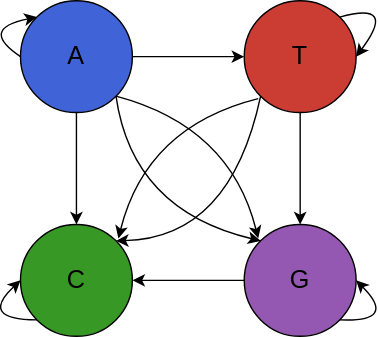
Above: docs/src/assets/nucleotide-markov-chain.drawio.svg in BioJulia/BioMarkovChains.jl (draw.io), before the change. Source tidied: cells renumbered, new cells last; positions are measured from the earlier drawing's top-left corner, leaving out a move shared by most shapes.
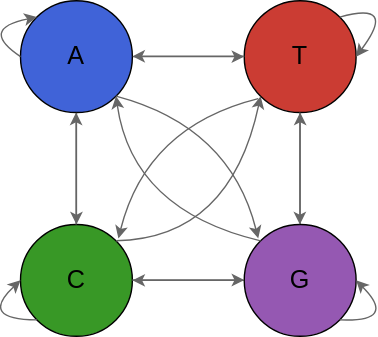
After the change.

Commit message:
update logo arrows and colors

The edit, as a diff of the source:
```diff
@@ -2,10 +2,10 @@
   <root>
     <mxCell id="0" />
     <mxCell id="1" parent="0" />
-    <mxCell id="2" style="edgeStyle=none;html=1;" parent="1" edge="1" source="4" target="5">
+    <mxCell id="2" style="edgeStyle=none;html=1;fillColor=#f5f5f5;strokeColor=#666666;" parent="1" edge="1" source="4" target="5">
       <mxGeometry relative="1" as="geometry" />
     </mxCell>
-    <mxCell id="3" style="edgeStyle=none;html=1;" parent="1" edge="1" source="4" target="7">
+    <mxCell id="3" style="edgeStyle=none;html=1;fillColor=#f5f5f5;strokeColor=#666666;" parent="1" edge="1" source="4" target="7">
       <mxGeometry relative="1" as="geometry" />
     </mxCell>
     <mxCell id="4" value="A" style="ellipse;whiteSpace=wrap;html=1;fontSize=18;fillColor=#4063d8;" parent="1" vertex="1">
@@ -14,26 +14,26 @@
     <mxCell id="5" value="C" style="ellipse;whiteSpace=wrap;html=1;fontSize=18;fillColor=#389826;" parent="1" vertex="1">
       <mxGeometry x="30" y="160" width="80" height="80" as="geometry" />
     </mxCell>
-    <mxCell id="6" style="edgeStyle=none;html=1;" parent="1" edge="1" source="7" target="9">
+    <mxCell id="6" style="edgeStyle=none;html=1;fillColor=#f5f5f5;strokeColor=#666666;" parent="1" edge="1" source="9" target="7">
       <mxGeometry relative="1" as="geometry" />
     </mxCell>
     <mxCell id="7" value="T" style="ellipse;whiteSpace=wrap;html=1;fontSize=18;fillColor=#cb3c33;" parent="1" vertex="1">
       <mxGeometry x="190" width="80" height="80" as="geometry" />
     </mxCell>
-    <mxCell id="8" style="edgeStyle=none;html=1;" parent="1" edge="1" source="9" target="5">
+    <mxCell id="8" style="edgeStyle=none;html=1;fillColor=#f5f5f5;strokeColor=#666666;" parent="1" edge="1" source="9" target="5">
       <mxGeometry relative="1" as="geometry" />
     </mxCell>
     <mxCell id="9" value="G" style="ellipse;whiteSpace=wrap;html=1;fontSize=18;fillColor=#9558b2;" parent="1" vertex="1">
       <mxGeometry x="190" y="160" width="80" height="80" as="geometry" />
     </mxCell>
-    <mxCell id="10" style="curved=1;endArrow=classic;html=1;exitX=1;exitY=1;exitDx=0;exitDy=0;entryX=0;entryY=0;entryDx=0;entryDy=0;" parent="1" edge="1" source="4" target="9">
+    <mxCell id="10" style="curved=1;endArrow=classic;html=1;exitX=0;exitY=0;exitDx=0;exitDy=0;entryX=1;entryY=1;entryDx=0;entryDy=0;fillColor=#f5f5f5;strokeColor=#666666;" parent="1" edge="1" source="9" target="4">
       <mxGeometry relative="1" as="geometry">
         <Array as="points">
           <mxPoint x="110" y="150" />
         </Array>
       </mxGeometry>
     </mxCell>
-    <mxCell id="11" style="curved=1;endArrow=classic;html=1;exitX=1;exitY=1;exitDx=0;exitDy=0;" parent="1" edge="1" source="4">
+    <mxCell id="11" style="curved=1;endArrow=classic;html=1;exitX=1;exitY=1;exitDx=0;exitDy=0;fillColor=#f5f5f5;strokeColor=#666666;" parent="1" edge="1" source="4">
       <mxGeometry relative="1" as="geometry">
         <mxPoint x="200" y="170" as="targetPoint" />
         <Array as="points">
@@ -41,14 +41,14 @@
         </Array>
       </mxGeometry>
     </mxCell>
-    <mxCell id="12" style="curved=1;endArrow=classic;html=1;exitX=0;exitY=1;exitDx=0;exitDy=0;entryX=1;entryY=0;entryDx=0;entryDy=0;" parent="1" edge="1" source="7" target="5">
+    <mxCell id="12" style="curved=1;endArrow=classic;html=1;exitX=1;exitY=0;exitDx=0;exitDy=0;entryX=0;entryY=1;entryDx=0;entryDy=0;fillColor=#f5f5f5;strokeColor=#666666;" parent="1" edge="1" source="5" target="7">
       <mxGeometry relative="1" as="geometry">
         <Array as="points">
           <mxPoint x="180" y="170" />
         </Array>
       </mxGeometry>
     </mxCell>
-    <mxCell id="13" style="curved=1;endArrow=classic;html=1;" parent="1" edge="1">
+    <mxCell id="13" style="curved=1;endArrow=classic;html=1;fillColor=#f5f5f5;strokeColor=#666666;" parent="1" edge="1">
       <mxGeometry relative="1" as="geometry">
         <mxPoint x="200" y="70" as="sourcePoint" />
         <mxPoint x="100" y="170" as="targetPoint" />
@@ -57,33 +57,57 @@
         </Array>
       </mxGeometry>
     </mxCell>
-    <mxCell id="14" style="curved=1;endArrow=classic;html=1;fontSize=18;entryX=0;entryY=0;entryDx=0;entryDy=0;exitX=0;exitY=0.5;exitDx=0;exitDy=0;" parent="1" edge="1" source="4" target="4">
+    <mxCell id="14" style="curved=1;endArrow=classic;html=1;fontSize=18;entryX=0;entryY=0;entryDx=0;entryDy=0;exitX=0;exitY=0.5;exitDx=0;exitDy=0;fillColor=#f5f5f5;strokeColor=#666666;" parent="1" edge="1" source="4" target="4">
       <mxGeometry relative="1" as="geometry">
         <Array as="points">
           <mxPoint y="20" />
         </Array>
       </mxGeometry>
     </mxCell>
-    <mxCell id="15" style="curved=1;endArrow=classic;html=1;fontSize=18;entryX=0;entryY=0.5;entryDx=0;entryDy=0;exitX=0;exitY=1;exitDx=0;exitDy=0;" parent="1" edge="1" source="5" target="5">
+    <mxCell id="15" style="curved=1;endArrow=classic;html=1;fontSize=18;entryX=0;entryY=0.5;entryDx=0;entryDy=0;exitX=0;exitY=1;exitDx=0;exitDy=0;fillColor=#f5f5f5;strokeColor=#666666;" parent="1" edge="1" source="5" target="5">
       <mxGeometry relative="1" as="geometry">
         <Array as="points">
           <mxPoint y="228" />
         </Array>
       </mxGeometry>
     </mxCell>
-    <mxCell id="16" style="curved=1;endArrow=classic;html=1;fontSize=18;entryX=1;entryY=0.5;entryDx=0;entryDy=0;exitX=1;exitY=0;exitDx=0;exitDy=0;" parent="1" edge="1" source="7" target="7">
+    <mxCell id="16" style="curved=1;endArrow=classic;html=1;fontSize=18;entryX=1;entryY=0.5;entryDx=0;entryDy=0;exitX=1;exitY=0;exitDx=0;exitDy=0;fillColor=#f5f5f5;strokeColor=#666666;" parent="1" edge="1" source="7" target="7">
       <mxGeometry relative="1" as="geometry">
         <Array as="points">
           <mxPoint x="300" />
         </Array>
       </mxGeometry>
     </mxCell>
-    <mxCell id="17" style="curved=1;endArrow=classic;html=1;fontSize=18;entryX=1;entryY=0.5;entryDx=0;entryDy=0;exitX=1;exitY=1;exitDx=0;exitDy=0;" parent="1" edge="1" source="9" target="9">
+    <mxCell id="17" style="curved=1;endArrow=classic;html=1;fontSize=18;entryX=1;entryY=0.5;entryDx=0;entryDy=0;exitX=1;exitY=1;exitDx=0;exitDy=0;fillColor=#f5f5f5;strokeColor=#666666;" parent="1" edge="1" source="9" target="9">
       <mxGeometry relative="1" as="geometry">
         <Array as="points">
           <mxPoint x="300" y="230" />
         </Array>
       </mxGeometry>
     </mxCell>
+    <mxCell id="18" style="edgeStyle=none;html=1;fillColor=#f5f5f5;strokeColor=#666666;" parent="1" edge="1">
+      <mxGeometry relative="1" as="geometry">
+        <mxPoint x="110" y="199.8" as="sourcePoint" />
+        <mxPoint x="190" y="199.8" as="targetPoint" />
+      </mxGeometry>
+    </mxCell>
+    <mxCell id="19" style="edgeStyle=none;html=1;fillColor=#f5f5f5;strokeColor=#666666;" parent="1" edge="1">
+      <mxGeometry relative="1" as="geometry">
+        <mxPoint x="190" y="39.8" as="sourcePoint" />
+        <mxPoint x="110" y="39.8" as="targetPoint" />
+      </mxGeometry>
+    </mxCell>
+    <mxCell id="20" style="edgeStyle=none;html=1;fillColor=#f5f5f5;strokeColor=#666666;" parent="1" edge="1">
+      <mxGeometry relative="1" as="geometry">
+        <mxPoint x="69.8" y="160" as="sourcePoint" />
+        <mxPoint x="69.8" y="80" as="targetPoint" />
+      </mxGeometry>
+    </mxCell>
+    <mxCell id="21" style="edgeStyle=none;html=1;fillColor=#f5f5f5;strokeColor=#666666;" parent="1" edge="1">
+      <mxGeometry relative="1" as="geometry">
+        <mxPoint x="229.8" y="80" as="sourcePoint" />
+        <mxPoint x="229.8" y="160" as="targetPoint" />
+      </mxGeometry>
+    </mxCell>
   </root>
 </mxGraphModel>
```
